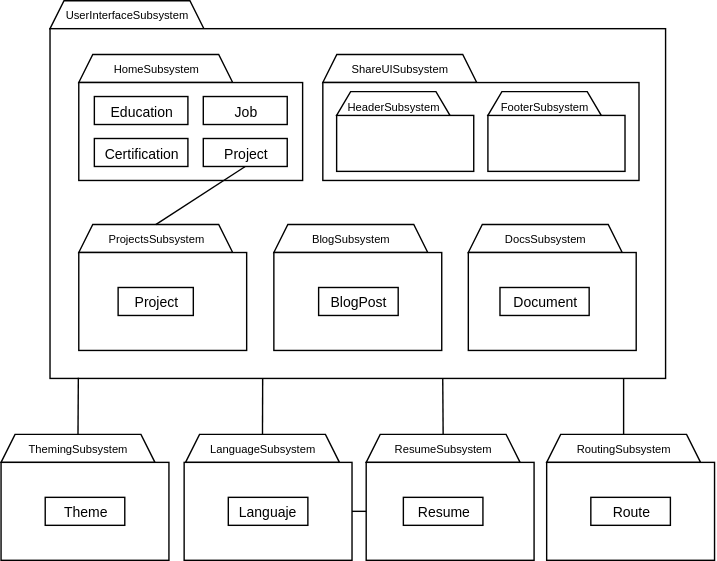
larr97/portfolio-project keeps this draw.io diagram as documents/SubsystemDescomposition.svg. Above is the earlier version. Source tidied: cells renumbered, new cells last; positions are measured from the earlier drawing's top-left corner, leaving out a move shared by most shapes.
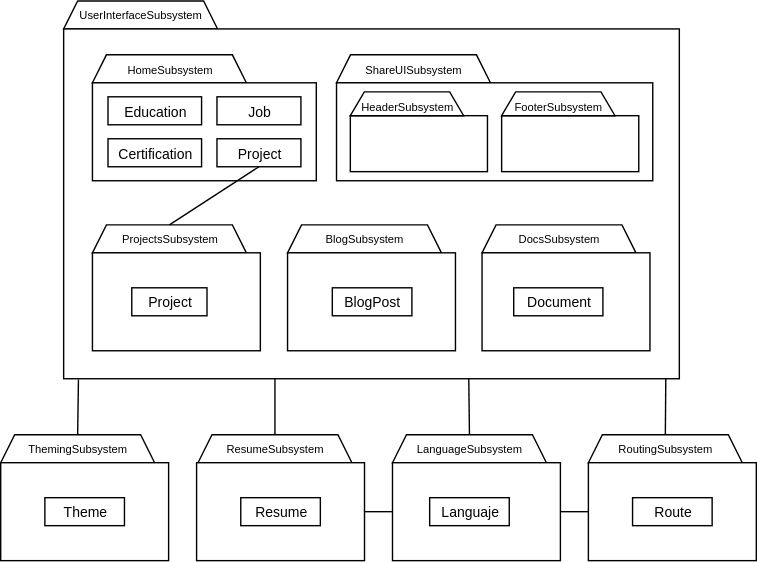
After the change.

Commit message:
docs(rad,sdd,odd): update system design docs with routing subsystem feedback

What changed in the source:
```diff
@@ -38,23 +38,23 @@
     <mxCell id="13" style="rounded=0;whiteSpace=wrap;html=1;" parent="1" vertex="1">
       <mxGeometry x="334" y="180" width="120" height="70" as="geometry" />
     </mxCell>
-    <mxCell id="14" value="&lt;p style=&quot;margin: 0px; font-variant-numeric: normal; font-variant-east-asian: normal; font-variant-alternates: normal; font-size-adjust: none; font-kerning: auto; font-optical-sizing: auto; font-feature-settings: normal; font-variation-settings: normal; font-variant-position: normal; font-variant-emoji: normal; font-stretch: normal; font-size: 8px; line-height: normal; text-align: start;&quot; class=&quot;p1&quot;&gt;ResumeSubsystem&lt;/p&gt;" style="shape=trapezoid;perimeter=trapezoidPerimeter;whiteSpace=wrap;html=1;fixedSize=1;size=10;" parent="1" vertex="1">
-      <mxGeometry x="261" y="310" width="110" height="20" as="geometry" />
+    <mxCell id="14" value="&lt;p style=&quot;margin: 0px; font-variant-numeric: normal; font-variant-east-asian: normal; font-variant-alternates: normal; font-size-adjust: none; font-kerning: auto; font-optical-sizing: auto; font-feature-settings: normal; font-variation-settings: normal; font-variant-position: normal; font-variant-emoji: normal; font-stretch: normal; font-size: 8px; line-height: normal; text-align: start;&quot; class=&quot;p1&quot;&gt;&lt;span style=&quot;background-color: transparent; color: light-dark(rgb(0, 0, 0), rgb(255, 255, 255));&quot;&gt;LanguageSubsystem&lt;/span&gt;&lt;/p&gt;" style="shape=trapezoid;perimeter=trapezoidPerimeter;whiteSpace=wrap;html=1;fixedSize=1;size=10;" parent="1" vertex="1">
+      <mxGeometry x="270" y="310" width="110" height="20" as="geometry" />
     </mxCell>
-    <mxCell id="15" value="&lt;p style=&quot;margin: 0px; font-variant-numeric: normal; font-variant-east-asian: normal; font-variant-alternates: normal; font-size-adjust: none; font-kerning: auto; font-optical-sizing: auto; font-feature-settings: normal; font-variation-settings: normal; font-variant-position: normal; font-variant-emoji: normal; font-stretch: normal; font-size: 8px; line-height: normal; text-align: start;&quot; class=&quot;p1&quot;&gt;LanguageSubsystem&lt;/p&gt;" style="shape=trapezoid;perimeter=trapezoidPerimeter;whiteSpace=wrap;html=1;fixedSize=1;size=10;" parent="1" vertex="1">
-      <mxGeometry x="131.9" y="310" width="110" height="20" as="geometry" />
+    <mxCell id="15" value="&lt;p style=&quot;margin: 0px; font-variant-numeric: normal; font-variant-east-asian: normal; font-variant-alternates: normal; font-size-adjust: none; font-kerning: auto; font-optical-sizing: auto; font-feature-settings: normal; font-variation-settings: normal; font-variant-position: normal; font-variant-emoji: normal; font-stretch: normal; font-size: 8px; line-height: normal; text-align: start;&quot; class=&quot;p1&quot;&gt;ResumeSubsystem&lt;/p&gt;" style="shape=trapezoid;perimeter=trapezoidPerimeter;whiteSpace=wrap;html=1;fixedSize=1;size=10;" parent="1" vertex="1">
+      <mxGeometry x="131" y="310" width="110" height="20" as="geometry" />
     </mxCell>
     <mxCell id="16" style="rounded=0;whiteSpace=wrap;html=1;" parent="1" vertex="1">
-      <mxGeometry x="261" y="330" width="120" height="70" as="geometry" />
+      <mxGeometry x="270" y="330" width="120" height="70" as="geometry" />
     </mxCell>
     <mxCell id="17" value="&lt;p style=&quot;margin: 0px; font-variant-numeric: normal; font-variant-east-asian: normal; font-variant-alternates: normal; font-size-adjust: none; font-kerning: auto; font-optical-sizing: auto; font-feature-settings: normal; font-variation-settings: normal; font-variant-position: normal; font-variant-emoji: normal; font-stretch: normal; font-size: 8px; line-height: normal; text-align: start;&quot; class=&quot;p1&quot;&gt;ThemingSubsystem&lt;/p&gt;" style="shape=trapezoid;perimeter=trapezoidPerimeter;whiteSpace=wrap;html=1;fixedSize=1;size=10;" parent="1" vertex="1">
-      <mxGeometry y="310" width="110" height="20" as="geometry" />
+      <mxGeometry x="-10" y="310" width="110" height="20" as="geometry" />
     </mxCell>
     <mxCell id="18" style="rounded=0;whiteSpace=wrap;html=1;" parent="1" vertex="1">
-      <mxGeometry y="330" width="120" height="70" as="geometry" />
+      <mxGeometry x="-10" y="330" width="120" height="70" as="geometry" />
     </mxCell>
     <mxCell id="19" style="rounded=0;whiteSpace=wrap;html=1;" parent="1" vertex="1">
-      <mxGeometry x="130.9" y="330" width="120" height="70" as="geometry" />
+      <mxGeometry x="130" y="330" width="120" height="70" as="geometry" />
     </mxCell>
     <mxCell id="20" style="html=1;whiteSpace=wrap;" parent="1" vertex="1">
       <mxGeometry x="239.9" y="82" width="98" height="40" as="geometry" />
@@ -80,42 +80,40 @@
     <mxCell id="27" value="&lt;font style=&quot;font-size: 10px;&quot;&gt;Education&lt;/font&gt;" style="html=1;whiteSpace=wrap;" parent="1" vertex="1">
       <mxGeometry x="66.7" y="68.5" width="66.9" height="20" as="geometry" />
     </mxCell>
-    <mxCell id="28" style="rounded=0;jettySize=auto;html=1;endArrow=none;endFill=0;exitX=0.5;exitY=0;exitDx=0;exitDy=0;entryX=0.046;entryY=0.998;entryDx=0;entryDy=0;entryPerimeter=0;" parent="1" edge="1" source="17" target="3">
+    <mxCell id="28" style="rounded=0;jettySize=auto;html=1;endArrow=none;endFill=0;exitX=0.5;exitY=0;exitDx=0;exitDy=0;entryX=0.024;entryY=1.002;entryDx=0;entryDy=0;entryPerimeter=0;" parent="1" edge="1" source="17" target="3">
       <mxGeometry relative="1" as="geometry" />
     </mxCell>
     <mxCell id="29" style="rounded=0;jettySize=auto;html=1;endArrow=none;endFill=0;exitX=0.5;exitY=0;exitDx=0;exitDy=0;" parent="1" edge="1" source="15">
       <mxGeometry relative="1" as="geometry">
-        <mxPoint x="187" y="270" as="targetPoint" />
+        <mxPoint x="186" y="270" as="targetPoint" />
       </mxGeometry>
     </mxCell>
-    <mxCell id="30" style="rounded=0;jettySize=auto;html=1;endArrow=none;endFill=0;exitX=0.5;exitY=0;exitDx=0;exitDy=0;entryX=0.638;entryY=1.001;entryDx=0;entryDy=0;entryPerimeter=0;" parent="1" edge="1" source="14" target="3">
+    <mxCell id="30" style="rounded=0;jettySize=auto;html=1;endArrow=none;endFill=0;exitX=0.5;exitY=0;exitDx=0;exitDy=0;entryX=0.658;entryY=0.999;entryDx=0;entryDy=0;entryPerimeter=0;" parent="1" edge="1" source="14" target="3">
       <mxGeometry relative="1" as="geometry" />
     </mxCell>
     <mxCell id="31" value="&lt;p style=&quot;margin: 0px; font-variant-numeric: normal; font-variant-east-asian: normal; font-variant-alternates: normal; font-size-adjust: none; font-kerning: auto; font-optical-sizing: auto; font-feature-settings: normal; font-variation-settings: normal; font-variant-position: normal; font-variant-emoji: normal; font-stretch: normal; font-size: 8px; line-height: normal; text-align: start;&quot; class=&quot;p1&quot;&gt;RoutingSubsystem&lt;/p&gt;" style="shape=trapezoid;perimeter=trapezoidPerimeter;whiteSpace=wrap;html=1;fixedSize=1;size=10;" parent="1" vertex="1">
-      <mxGeometry x="390" y="310" width="110" height="20" as="geometry" />
+      <mxGeometry x="410" y="310" width="110" height="20" as="geometry" />
     </mxCell>
     <mxCell id="32" style="rounded=0;whiteSpace=wrap;html=1;" parent="1" vertex="1">
-      <mxGeometry x="390" y="330" width="120" height="70" as="geometry" />
+      <mxGeometry x="410" y="330" width="120" height="70" as="geometry" />
     </mxCell>
-    <mxCell id="33" style="rounded=0;jettySize=auto;html=1;endArrow=none;endFill=0;exitX=0.5;exitY=0;exitDx=0;exitDy=0;" parent="1" edge="1" source="31">
-      <mxGeometry relative="1" as="geometry">
-        <mxPoint x="445" y="270" as="targetPoint" />
-      </mxGeometry>
+    <mxCell id="33" style="rounded=0;jettySize=auto;html=1;endArrow=none;endFill=0;exitX=0.5;exitY=0;exitDx=0;exitDy=0;entryX=0.978;entryY=0.998;entryDx=0;entryDy=0;entryPerimeter=0;" parent="1" edge="1" source="31" target="3">
+      <mxGeometry relative="1" as="geometry" />
     </mxCell>
     <mxCell id="34" style="rounded=0;jettySize=auto;html=1;endArrow=none;endFill=0;exitX=0.5;exitY=0;exitDx=0;exitDy=0;entryX=0.5;entryY=1;entryDx=0;entryDy=0;" parent="1" edge="1" source="8" target="25">
       <mxGeometry relative="1" as="geometry" />
     </mxCell>
     <mxCell id="35" value="&lt;font style=&quot;font-size: 10px;&quot;&gt;Theme&lt;/font&gt;" style="html=1;whiteSpace=wrap;" parent="1" vertex="1">
-      <mxGeometry x="31.6" y="355" width="56.9" height="20" as="geometry" />
+      <mxGeometry x="21.6" y="355" width="56.9" height="20" as="geometry" />
     </mxCell>
-    <mxCell id="36" value="&lt;font style=&quot;font-size: 10px;&quot;&gt;Languaje&lt;/font&gt;" style="html=1;whiteSpace=wrap;" parent="1" vertex="1">
-      <mxGeometry x="162.4" y="355" width="56.9" height="20" as="geometry" />
+    <mxCell id="36" value="&lt;span style=&quot;font-size: 10px;&quot;&gt;Resume&lt;/span&gt;" style="html=1;whiteSpace=wrap;" parent="1" vertex="1">
+      <mxGeometry x="161.6" y="355" width="56.9" height="20" as="geometry" />
     </mxCell>
-    <mxCell id="37" value="&lt;font style=&quot;font-size: 10px;&quot;&gt;Resume&lt;/font&gt;" style="html=1;whiteSpace=wrap;" parent="1" vertex="1">
-      <mxGeometry x="287.6" y="355" width="56.9" height="20" as="geometry" />
+    <mxCell id="37" value="&lt;span style=&quot;font-size: 10px;&quot;&gt;Languaje&lt;/span&gt;" style="html=1;whiteSpace=wrap;" parent="1" vertex="1">
+      <mxGeometry x="296.6" y="355" width="56.9" height="20" as="geometry" />
     </mxCell>
     <mxCell id="38" value="&lt;font style=&quot;font-size: 10px;&quot;&gt;Route&lt;/font&gt;" style="html=1;whiteSpace=wrap;" parent="1" vertex="1">
-      <mxGeometry x="421.6" y="355" width="56.9" height="20" as="geometry" />
+      <mxGeometry x="441.6" y="355" width="56.9" height="20" as="geometry" />
     </mxCell>
     <mxCell id="39" value="&lt;p style=&quot;margin: 0px; font-variant-numeric: normal; font-variant-east-asian: normal; font-variant-alternates: normal; font-size-adjust: none; font-kerning: auto; font-optical-sizing: auto; font-feature-settings: normal; font-variation-settings: normal; font-variant-position: normal; font-variant-emoji: normal; font-stretch: normal; line-height: normal; text-align: start;&quot; class=&quot;p1&quot;&gt;&lt;span style=&quot;text-align: center;&quot;&gt;&lt;font style=&quot;font-size: 8px;&quot;&gt;HeaderSubsystem&lt;/font&gt;&lt;/span&gt;&lt;/p&gt;" style="shape=trapezoid;perimeter=trapezoidPerimeter;whiteSpace=wrap;html=1;fixedSize=1;size=10;" parent="1" vertex="1">
       <mxGeometry x="239.9" y="65" width="81" height="17" as="geometry" />
@@ -129,5 +127,8 @@
     <mxCell id="42" style="rounded=0;jettySize=auto;html=1;endArrow=none;endFill=0;exitX=0;exitY=0.5;exitDx=0;exitDy=0;entryX=1;entryY=0.5;entryDx=0;entryDy=0;" parent="1" edge="1" source="16" target="19">
       <mxGeometry relative="1" as="geometry" />
     </mxCell>
+    <mxCell id="43" style="rounded=0;jettySize=auto;html=1;endArrow=none;endFill=0;entryX=1;entryY=0.5;entryDx=0;entryDy=0;exitX=0;exitY=0.5;exitDx=0;exitDy=0;" parent="1" edge="1" source="32" target="16">
+      <mxGeometry relative="1" as="geometry" />
+    </mxCell>
   </root>
 </mxGraphModel>
```
